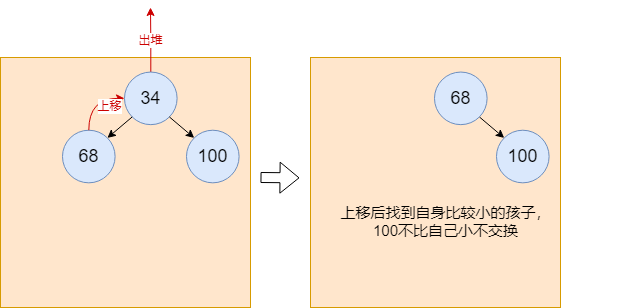
The draw.io diagram algrithem/heap_step_10.drawio.png in muxicode/c153080686, before a commit. Source tidied: cells renumbered, new cells last; positions are measured from the earlier drawing's top-left corner, leaving out a move shared by most shapes.
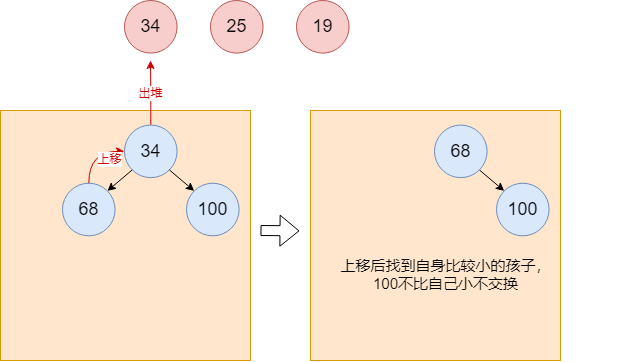
The same diagram one commit later.

What changed in the source:
```diff
@@ -57,5 +57,14 @@
         <mxPoint x="299" y="170.4" as="targetPoint" />
       </mxGeometry>
     </mxCell>
+    <mxCell id="18" value="&lt;font style=&quot;font-size: 18px;&quot;&gt;19&lt;/font&gt;" style="ellipse;whiteSpace=wrap;html=1;fillColor=#f8cecc;strokeColor=#b85450;" parent="1" vertex="1">
+      <mxGeometry x="296" y="-60" width="52.6" height="52.6" as="geometry" />
+    </mxCell>
+    <mxCell id="19" value="&lt;font style=&quot;font-size: 18px;&quot;&gt;25&lt;/font&gt;" style="ellipse;whiteSpace=wrap;html=1;fillColor=#f8cecc;strokeColor=#b85450;" parent="1" vertex="1">
+      <mxGeometry x="210" y="-60" width="52.6" height="52.6" as="geometry" />
+    </mxCell>
+    <mxCell id="20" value="&lt;font style=&quot;font-size: 18px;&quot;&gt;34&lt;/font&gt;" style="ellipse;whiteSpace=wrap;html=1;fillColor=#f8cecc;strokeColor=#b85450;" parent="1" vertex="1">
+      <mxGeometry x="124" y="-60" width="52.6" height="52.6" as="geometry" />
+    </mxCell>
   </root>
 </mxGraphModel>
```
